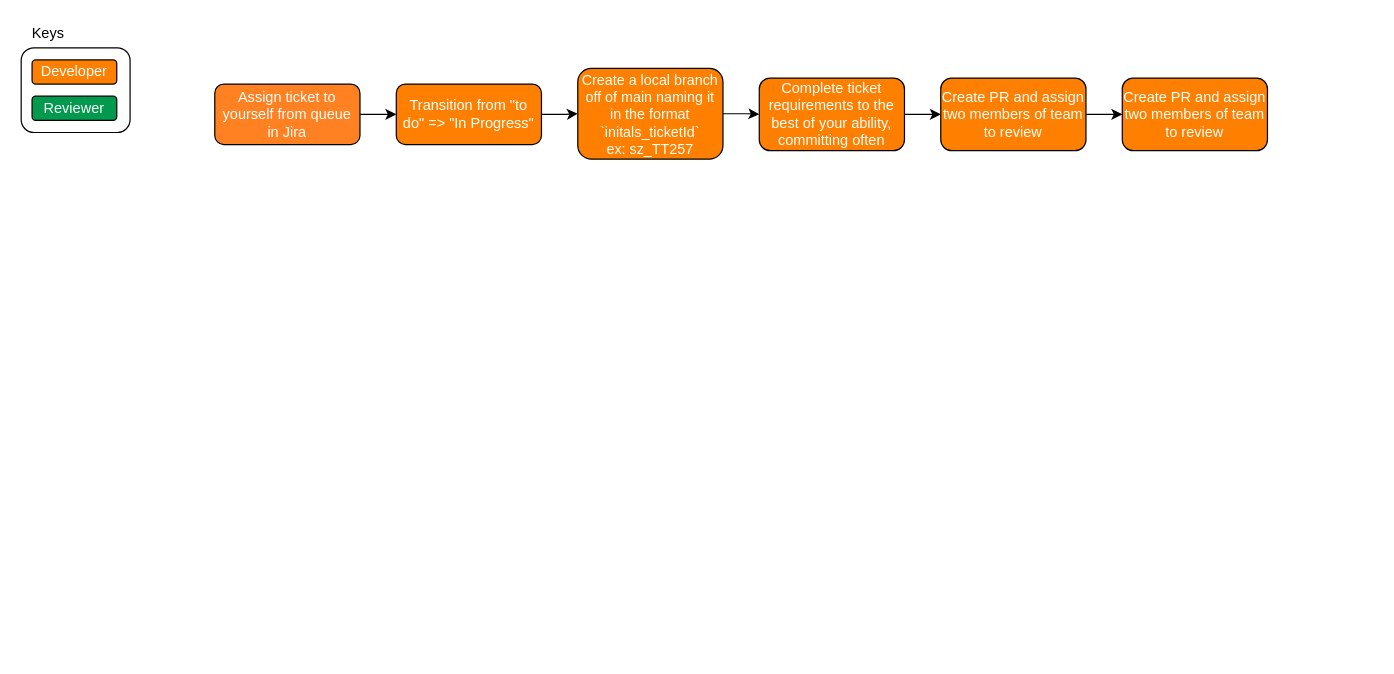
Earlier version of the draw.io diagram Git-PR-Process.drawio (smzajac/draw-diagrams). Source tidied: cells renumbered, new cells numbered last; positions are measured from the earlier drawing's top-left corner, leaving out a move shared by most shapes. Both pictures are drawn from the tidied source at 121%, with x=0, y=0 at pixel (21, 21).
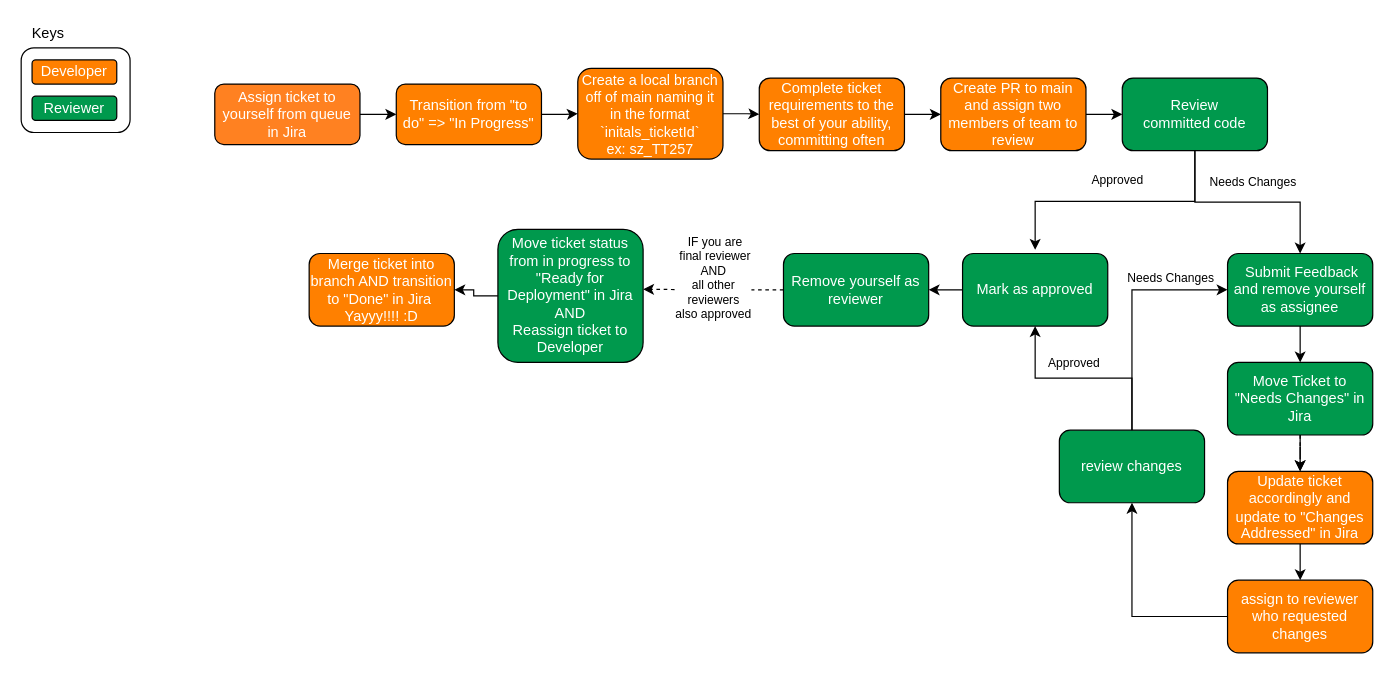
The same diagram, later.

The edit, as a diff of the source:
```diff
@@
-    <mxCell id="15" value="&lt;span data-lucid-content=&quot;{&amp;#34;t&amp;#34;:&amp;#34;Create PR and assign two members of team to review&amp;#34;,&amp;#34;m&amp;#34;:[{&amp;#34;s&amp;#34;:0,&amp;#34;n&amp;#34;:&amp;#34;fc&amp;#34;,&amp;#34;v&amp;#34;:&amp;#34;Regular&amp;#34;,&amp;#34;e&amp;#34;:50},{&amp;#34;s&amp;#34;:0,&amp;#34;n&amp;#34;:&amp;#34;fid&amp;#34;,&amp;#34;v&amp;#34;:2,&amp;#34;e&amp;#34;:50},{&amp;#34;s&amp;#34;:0,&amp;#34;n&amp;#34;:&amp;#34;c&amp;#34;,&amp;#34;v&amp;#34;:&amp;#34;#ffffffff&amp;#34;,&amp;#34;e&amp;#34;:50}]}&quot;&gt;&lt;span style=&quot;color: #ffffff&quot;&gt;Create PR and assign two members of team to review&lt;/span&gt;&lt;/span&gt;" style="rounded=1;whiteSpace=wrap;html=1;fontSize=12;glass=0;strokeWidth=1;shadow=0;fillColor=#FF8000;" parent="1" vertex="1">
+    <mxCell id="15" value="&lt;span data-lucid-content=&quot;{&amp;#34;t&amp;#34;:&amp;#34;Create PR and assign two members of team to review&amp;#34;,&amp;#34;m&amp;#34;:[{&amp;#34;s&amp;#34;:0,&amp;#34;n&amp;#34;:&amp;#34;fc&amp;#34;,&amp;#34;v&amp;#34;:&amp;#34;Regular&amp;#34;,&amp;#34;e&amp;#34;:50},{&amp;#34;s&amp;#34;:0,&amp;#34;n&amp;#34;:&amp;#34;fid&amp;#34;,&amp;#34;v&amp;#34;:2,&amp;#34;e&amp;#34;:50},{&amp;#34;s&amp;#34;:0,&amp;#34;n&amp;#34;:&amp;#34;c&amp;#34;,&amp;#34;v&amp;#34;:&amp;#34;#ffffffff&amp;#34;,&amp;#34;e&amp;#34;:50}]}&quot;&gt;&lt;span style=&quot;color: #ffffff&quot;&gt;Create PR to main and assign two members of team to review&lt;/span&gt;&lt;/span&gt;" style="rounded=1;whiteSpace=wrap;html=1;fontSize=12;glass=0;strokeWidth=1;shadow=0;fillColor=#FF8000;" parent="1" vertex="1">
       <mxGeometry x="760" y="47" width="120" height="60" as="geometry" />
     </mxCell>
+    <mxCell id="17" value="Needs Changes" style="edgeStyle=orthogonalEdgeStyle;rounded=0;jettySize=auto;html=1;fontSize=10;fontColor=#000000;align=center;" parent="1" edge="1" source="16" target="20">
+      <mxGeometry x="0.05" y="18" relative="1" as="geometry">
+        <mxPoint y="1" as="offset" />
+      </mxGeometry>
+    </mxCell>
+    <mxCell id="18" value="Approved" style="edgeStyle=orthogonalEdgeStyle;rounded=0;orthogonalLoop=1;jettySize=auto;html=1;fontSize=10;fontColor=#000000;align=center;" parent="1" edge="1">
+      <mxGeometry y="-17" relative="1" as="geometry">
+        <mxPoint x="970" y="104" as="sourcePoint" />
+        <mxPoint x="838" y="189" as="targetPoint" />
+        <Array as="points">
+          <mxPoint x="970" y="149" />
+          <mxPoint x="838" y="149" />
+        </Array>
+        <mxPoint y="-1" as="offset" />
+      </mxGeometry>
+    </mxCell>
-    <mxCell id="16" value="&lt;span data-lucid-content=&quot;{&amp;#34;t&amp;#34;:&amp;#34;Create PR and assign two members of team to review&amp;#34;,&amp;#34;m&amp;#34;:[{&amp;#34;s&amp;#34;:0,&amp;#34;n&amp;#34;:&amp;#34;fc&amp;#34;,&amp;#34;v&amp;#34;:&amp;#34;Regular&amp;#34;,&amp;#34;e&amp;#34;:50},{&amp;#34;s&amp;#34;:0,&amp;#34;n&amp;#34;:&amp;#34;fid&amp;#34;,&amp;#34;v&amp;#34;:2,&amp;#34;e&amp;#34;:50},{&amp;#34;s&amp;#34;:0,&amp;#34;n&amp;#34;:&amp;#34;c&amp;#34;,&amp;#34;v&amp;#34;:&amp;#34;#ffffffff&amp;#34;,&amp;#34;e&amp;#34;:50}]}&quot;&gt;&lt;span style=&quot;color: #ffffff&quot;&gt;Create PR and assign two members of team to review&lt;/span&gt;&lt;/span&gt;" style="rounded=1;whiteSpace=wrap;html=1;fontSize=12;glass=0;strokeWidth=1;shadow=0;fillColor=#FF8000;" parent="1" vertex="1">
+    <mxCell id="16" value="&lt;font color=&quot;#ffffff&quot;&gt;Review committed&amp;nbsp;code&lt;/font&gt;" style="rounded=1;whiteSpace=wrap;html=1;fontSize=12;glass=0;strokeWidth=1;shadow=0;fillColor=#00994D;" parent="1" vertex="1">
       <mxGeometry x="910" y="47" width="120" height="60" as="geometry" />
     </mxCell>
+    <mxCell id="19" style="edgeStyle=orthogonalEdgeStyle;rounded=0;jettySize=auto;html=1;fontSize=10;fontColor=#000000;align=center;" parent="1" edge="1" source="20" target="29">
+      <mxGeometry relative="1" as="geometry" />
+    </mxCell>
+    <mxCell id="20" value="&lt;font color=&quot;#ffffff&quot;&gt;&amp;nbsp;Submit Feedback and remove yourself as assignee&lt;/font&gt;" style="rounded=1;whiteSpace=wrap;html=1;fontSize=12;glass=0;strokeWidth=1;shadow=0;fillColor=#00994D;" parent="1" vertex="1">
+      <mxGeometry x="997" y="192" width="120" height="60" as="geometry" />
+    </mxCell>
+    <mxCell id="21" style="edgeStyle=orthogonalEdgeStyle;rounded=0;jettySize=auto;html=1;fontSize=10;fontColor=#000000;align=center;" parent="1" edge="1" source="22" target="24">
+      <mxGeometry relative="1" as="geometry" />
+    </mxCell>
+    <mxCell id="22" value="&lt;font color=&quot;#ffffff&quot;&gt;Mark as approved&lt;/font&gt;" style="rounded=1;whiteSpace=wrap;html=1;fontSize=12;glass=0;strokeWidth=1;shadow=0;fillColor=#00994D;" parent="1" vertex="1">
+      <mxGeometry x="778" y="192" width="120" height="60" as="geometry" />
+    </mxCell>
+    <mxCell id="23" value="&amp;nbsp;IF you are&lt;br&gt;&amp;nbsp;final reviewer&lt;br&gt;AND&lt;br&gt;all other&lt;br&gt;reviewers&lt;br&gt;also approved" style="edgeStyle=orthogonalEdgeStyle;rounded=0;jettySize=auto;html=1;fontSize=10;fontColor=#000000;align=center;dashed=1;exitX=0;exitY=0.5;exitDx=0;exitDy=0;" parent="1" edge="1" source="24">
+      <mxGeometry y="-10" relative="1" as="geometry">
+        <mxPoint x="514" y="221.6" as="targetPoint" />
+      </mxGeometry>
+    </mxCell>
+    <mxCell id="24" value="&lt;font color=&quot;#ffffff&quot;&gt;Remove yourself as reviewer&lt;/font&gt;" style="rounded=1;whiteSpace=wrap;html=1;fontSize=12;glass=0;strokeWidth=1;shadow=0;fillColor=#00994D;" parent="1" vertex="1">
+      <mxGeometry x="630" y="192" width="120" height="60" as="geometry" />
+    </mxCell>
+    <mxCell id="25" style="edgeStyle=orthogonalEdgeStyle;rounded=0;jettySize=auto;html=1;fontSize=10;fontColor=#000000;align=center;" parent="1" edge="1" source="26" target="37">
+      <mxGeometry relative="1" as="geometry" />
+    </mxCell>
+    <mxCell id="26" value="&lt;font color=&quot;#ffffff&quot;&gt;Move ticket status from in progress to &quot;Ready for Deployment&quot; in Jira&lt;br&gt;AND&lt;br&gt;Reassign ticket to Developer&lt;br&gt;&lt;/font&gt;" style="rounded=1;whiteSpace=wrap;html=1;fontSize=12;glass=0;strokeWidth=1;shadow=0;fillColor=#00994D;" parent="1" vertex="1">
+      <mxGeometry x="394" y="172" width="120" height="110" as="geometry" />
+    </mxCell>
+    <mxCell id="27" style="edgeStyle=orthogonalEdgeStyle;rounded=0;jettySize=auto;html=1;dashed=1;fontSize=10;fontColor=#000000;align=center;" parent="1" edge="1" source="29" target="31">
+      <mxGeometry relative="1" as="geometry" />
+    </mxCell>
+    <mxCell id="28" style="edgeStyle=orthogonalEdgeStyle;rounded=0;jettySize=auto;html=1;fontSize=10;fontColor=#000000;align=center;" parent="1" edge="1" source="29" target="31">
+      <mxGeometry relative="1" as="geometry" />
+    </mxCell>
+    <mxCell id="29" value="&lt;font color=&quot;#ffffff&quot;&gt;Move Ticket to &quot;Needs Changes&quot; in Jira&lt;/font&gt;" style="rounded=1;whiteSpace=wrap;html=1;fontSize=12;glass=0;strokeWidth=1;shadow=0;fillColor=#00994D;" parent="1" vertex="1">
+      <mxGeometry x="997" y="282" width="120" height="60" as="geometry" />
+    </mxCell>
+    <mxCell id="30" style="edgeStyle=orthogonalEdgeStyle;rounded=0;jettySize=auto;html=1;fontSize=10;fontColor=#000000;align=center;" parent="1" edge="1" source="31" target="33">
+      <mxGeometry relative="1" as="geometry" />
+    </mxCell>
+    <mxCell id="31" value="&lt;font color=&quot;#ffffff&quot;&gt;Update ticket accordingly and update to &quot;Changes Addressed&quot; in Jira&lt;/font&gt;" style="rounded=1;whiteSpace=wrap;html=1;fontSize=12;glass=0;strokeWidth=1;shadow=0;fillColor=#FF8000;" parent="1" vertex="1">
+      <mxGeometry x="997" y="372" width="120" height="60" as="geometry" />
+    </mxCell>
+    <mxCell id="32" style="edgeStyle=orthogonalEdgeStyle;rounded=0;jettySize=auto;html=1;fontSize=10;fontColor=#000000;align=center;" parent="1" edge="1" source="33" target="36">
+      <mxGeometry relative="1" as="geometry" />
+    </mxCell>
+    <mxCell id="33" value="&lt;font color=&quot;#ffffff&quot;&gt;assign to reviewer who requested changes&lt;/font&gt;" style="rounded=1;whiteSpace=wrap;html=1;fontSize=12;glass=0;strokeWidth=1;shadow=0;fillColor=#FF8000;" parent="1" vertex="1">
+      <mxGeometry x="997" y="462" width="120" height="60" as="geometry" />
+    </mxCell>
+    <mxCell id="34" value="Approved" style="edgeStyle=orthogonalEdgeStyle;rounded=0;jettySize=auto;html=1;entryX=0.5;entryY=1;entryDx=0;entryDy=0;fontSize=10;fontColor=#000000;align=center;" parent="1" edge="1" source="36" target="22">
+      <mxGeometry x="0.1" y="-13" relative="1" as="geometry" />
+    </mxCell>
+    <mxCell id="35" value="Needs Changes" style="edgeStyle=orthogonalEdgeStyle;rounded=0;jettySize=auto;html=1;fontSize=10;fontColor=#000000;align=center;entryX=0;entryY=0.5;entryDx=0;entryDy=0;" parent="1" edge="1" source="36" target="20">
+      <mxGeometry x="0.52" y="10" relative="1" as="geometry">
+        <Array as="points">
+          <mxPoint x="918" y="222" />
+        </Array>
+      </mxGeometry>
+    </mxCell>
+    <mxCell id="36" value="&lt;font color=&quot;#ffffff&quot;&gt;review changes&lt;/font&gt;" style="rounded=1;whiteSpace=wrap;html=1;fontSize=12;glass=0;strokeWidth=1;shadow=0;fillColor=#00994D;" parent="1" vertex="1">
+      <mxGeometry x="858" y="338" width="120" height="60" as="geometry" />
+    </mxCell>
+    <mxCell id="37" value="&lt;font color=&quot;#ffffff&quot;&gt;Merge ticket into branch AND transition to &quot;Done&quot; in Jira&amp;nbsp;&lt;br&gt;Yayyy!!!! :D&lt;br&gt;&lt;/font&gt;" style="rounded=1;whiteSpace=wrap;html=1;fontSize=12;glass=0;strokeWidth=1;shadow=0;fillColor=#FF8000;" parent="1" vertex="1">
+      <mxGeometry x="238" y="192" width="120" height="60" as="geometry" />
+    </mxCell>
```
